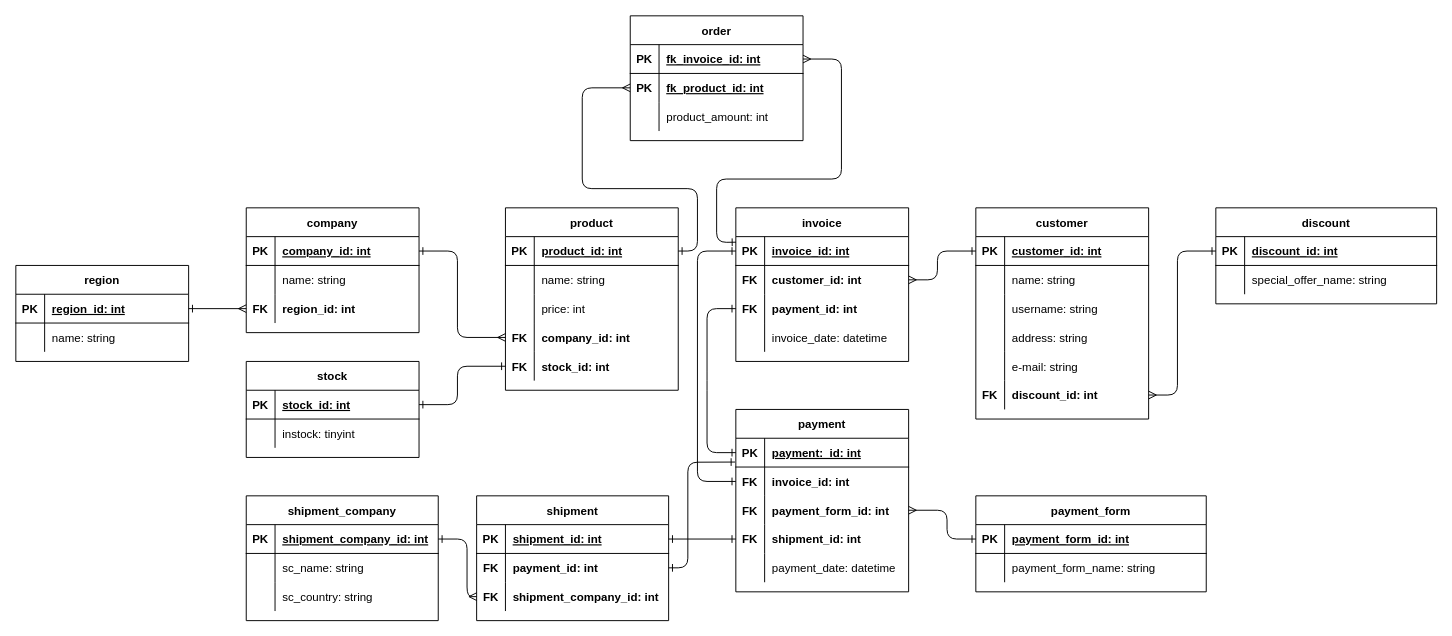
The draw.io diagram Diagrams/Normalized Design.drawio in KateKatze/BE15_CR9_KateK, before the edit. Source tidied: cells renumbered, new cells numbered last; positions are measured from the earlier drawing's top-left corner, leaving out a move shared by most shapes. Both pictures are drawn from the tidied source at 96%, with x=0, y=0 at pixel (15, 15).
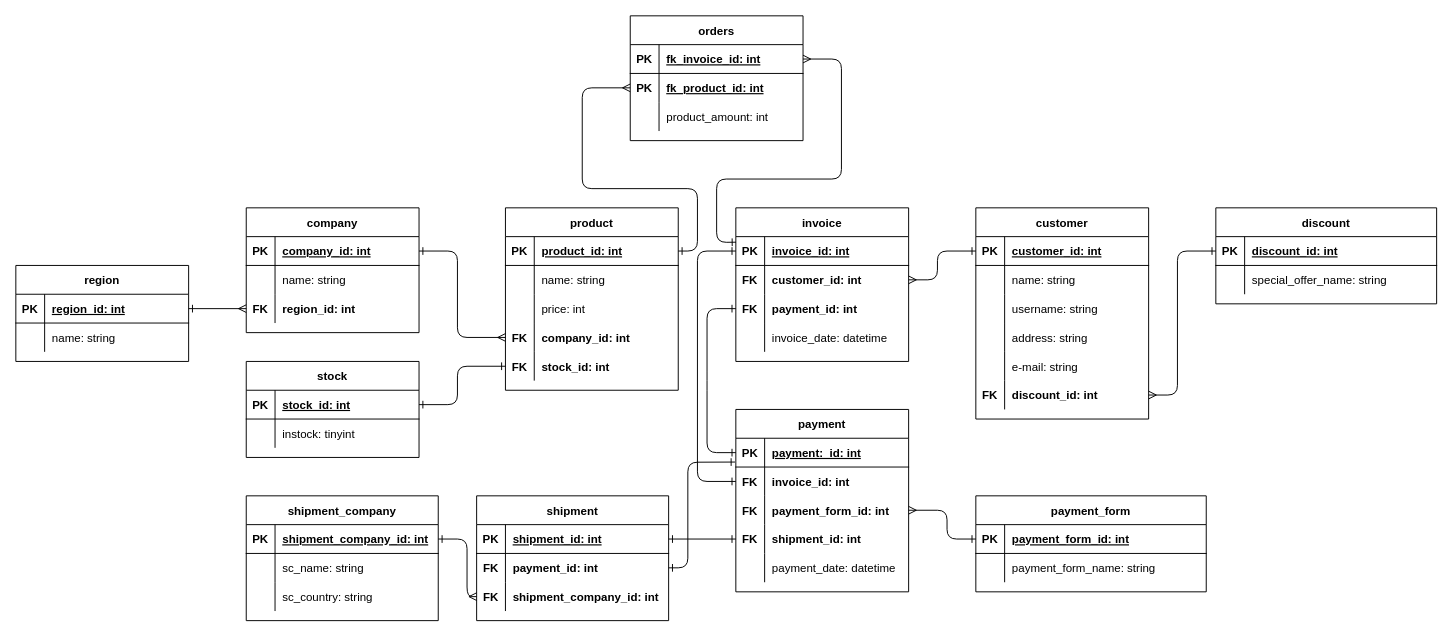
Above is the later version.

The edit, as a diff of the source:
```diff
@@
-    <mxCell id="134" value="order" style="shape=table;startSize=30;childLayout=tableLayout;rowLines=0;fontStyle=1;align=center;" parent="1" vertex="1">
+    <mxCell id="134" value="orders" style="shape=table;startSize=30;childLayout=tableLayout;rowLines=0;fontStyle=1;align=center;" parent="1" vertex="1">
       <mxGeometry x="640" width="180" height="130" as="geometry" />
     </mxCell>
```
